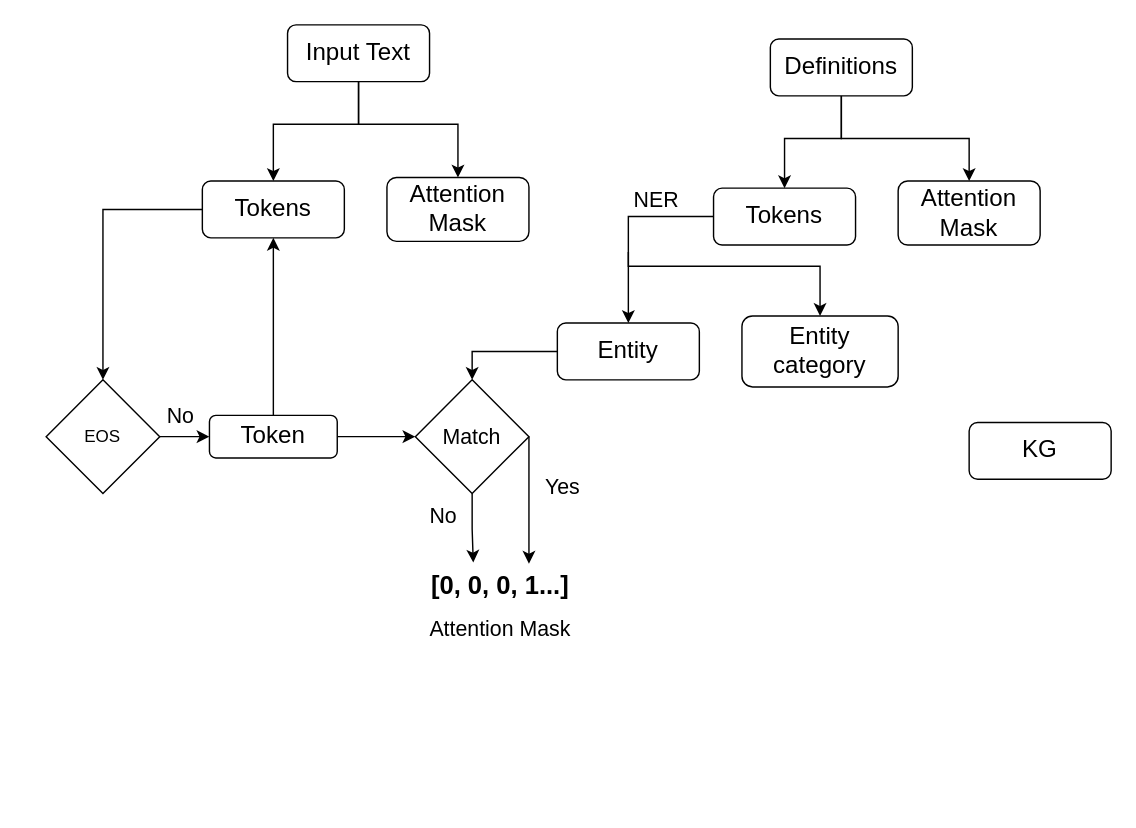
Above: Dataloader.drawio in yoviny/DrawIO (draw.io), before the change. Source tidied: cells renumbered, new cells numbered last; positions are measured from the earlier drawing's top-left corner, leaving out a move shared by most shapes. Both pictures are drawn from the tidied source at 142%, with x=0, y=0 at pixel (45, 24).
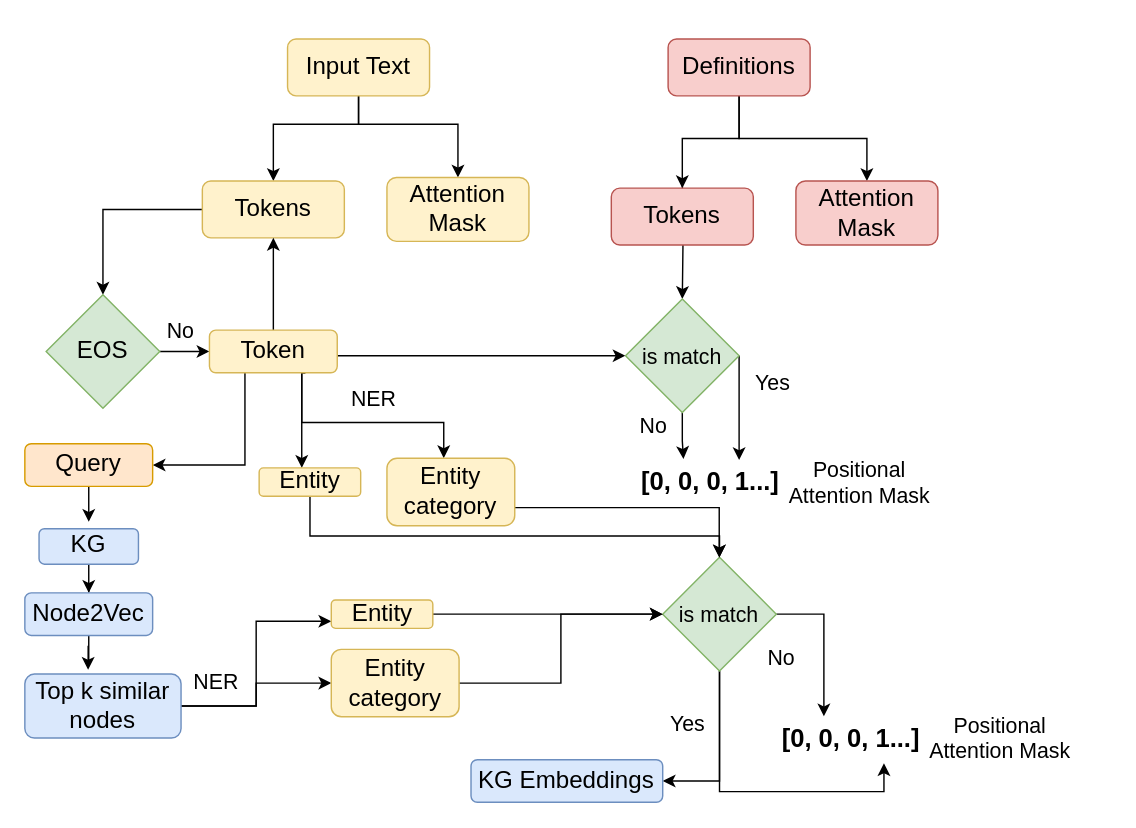
The same diagram, later.

Diff of the diagram source:
```diff
@@
-    <mxCell id="4" value="&lt;font style=&quot;font-size: 17px;&quot;&gt;Input Text&lt;/font&gt;" style="rounded=1;whiteSpace=wrap;html=1;" parent="1" vertex="1">
-      <mxGeometry x="170" width="100" height="40" as="geometry" />
+    <mxCell id="4" value="&lt;font style=&quot;font-size: 17px;&quot;&gt;Input Text&lt;/font&gt;" style="rounded=1;whiteSpace=wrap;html=1;fillColor=#fff2cc;strokeColor=#d6b656;" parent="1" vertex="1">
+      <mxGeometry x="170" y="10" width="100" height="40" as="geometry" />
     </mxCell>
+    <mxCell id="33" style="edgeStyle=orthogonalEdgeStyle;rounded=0;jettySize=auto;html=1;entryX=0.5;entryY=0;entryDx=0;entryDy=0;" parent="1" edge="1" source="5" target="41">
+      <mxGeometry relative="1" as="geometry" />
+    </mxCell>
-    <mxCell id="5" value="&lt;font style=&quot;font-size: 17px;&quot;&gt;KG&lt;/font&gt;" style="rounded=1;whiteSpace=wrap;html=1;" parent="1" vertex="1">
-      <mxGeometry x="650" y="280" width="100" height="40" as="geometry" />
+    <mxCell id="5" value="&lt;font style=&quot;font-size: 17px;&quot;&gt;KG&lt;/font&gt;" style="rounded=1;whiteSpace=wrap;html=1;fillColor=#dae8fc;strokeColor=#6c8ebf;" parent="1" vertex="1">
+      <mxGeometry x="-5" y="354.8" width="70" height="25" as="geometry" />
     </mxCell>
     <mxCell id="6" style="edgeStyle=orthogonalEdgeStyle;rounded=0;jettySize=auto;html=1;entryX=0.5;entryY=0;entryDx=0;entryDy=0;" parent="1" edge="1" source="8" target="14">
       <mxGeometry relative="1" as="geometry">
         <Array as="points">
-          <mxPoint x="560" y="80" />
-          <mxPoint x="520" y="80" />
+          <mxPoint x="488" y="80" />
+          <mxPoint x="448" y="80" />
         </Array>
       </mxGeometry>
     </mxCell>
@@
-    <mxCell id="8" value="&lt;font style=&quot;font-size: 17px;&quot;&gt;Definitions&lt;/font&gt;" style="rounded=1;whiteSpace=wrap;html=1;" parent="1" vertex="1">
-      <mxGeometry x="510" y="10" width="100" height="40" as="geometry" />
+    <mxCell id="8" value="&lt;font style=&quot;font-size: 17px;&quot;&gt;Definitions&lt;/font&gt;" style="rounded=1;whiteSpace=wrap;html=1;fillColor=#f8cecc;strokeColor=#b85450;" parent="1" vertex="1">
+      <mxGeometry x="438" y="10" width="100" height="40" as="geometry" />
     </mxCell>
@@
-    <mxCell id="10" value="&lt;font style=&quot;font-size: 17px;&quot;&gt;Tokens&lt;/font&gt;" style="rounded=1;whiteSpace=wrap;html=1;" parent="1" vertex="1">
+    <mxCell id="10" value="&lt;font style=&quot;font-size: 17px;&quot;&gt;Tokens&lt;/font&gt;" style="rounded=1;whiteSpace=wrap;html=1;fillColor=#fff2cc;strokeColor=#d6b656;" parent="1" vertex="1">
       <mxGeometry x="110" y="110" width="100" height="40" as="geometry" />
     </mxCell>
-    <mxCell id="11" value="&lt;font style=&quot;font-size: 17px;&quot;&gt;Attention Mask&lt;br&gt;&lt;/font&gt;" style="rounded=1;whiteSpace=wrap;html=1;" parent="1" vertex="1">
+    <mxCell id="11" value="&lt;font style=&quot;font-size: 17px;&quot;&gt;Attention Mask&lt;br&gt;&lt;/font&gt;" style="rounded=1;whiteSpace=wrap;html=1;fillColor=#fff2cc;strokeColor=#d6b656;" parent="1" vertex="1">
       <mxGeometry x="240" y="107.5" width="100" height="45" as="geometry" />
     </mxCell>
-    <mxCell id="12" style="edgeStyle=orthogonalEdgeStyle;rounded=0;jettySize=auto;html=1;fontSize=15;" parent="1" edge="1" source="14" target="24">
-      <mxGeometry relative="1" as="geometry" />
-    </mxCell>
-    <mxCell id="13" style="edgeStyle=orthogonalEdgeStyle;rounded=0;jettySize=auto;html=1;entryX=0.5;entryY=0;entryDx=0;entryDy=0;fontSize=15;" parent="1" edge="1" target="22">
-      <mxGeometry relative="1" as="geometry">
-        <mxPoint x="410" y="160" as="sourcePoint" />
-        <Array as="points">
-          <mxPoint x="410" y="170" />
-          <mxPoint x="545" y="170" />
-        </Array>
-      </mxGeometry>
-    </mxCell>
+    <mxCell id="34" style="edgeStyle=orthogonalEdgeStyle;rounded=0;jettySize=auto;html=1;entryX=0.5;entryY=0;entryDx=0;entryDy=0;fontSize=17;" parent="1" edge="1" target="27">
+      <mxGeometry relative="1" as="geometry">
+        <mxPoint x="448" y="110" as="sourcePoint" />
+      </mxGeometry>
+    </mxCell>
-    <mxCell id="14" value="&lt;font style=&quot;font-size: 17px;&quot;&gt;Tokens&lt;/font&gt;" style="rounded=1;whiteSpace=wrap;html=1;" parent="1" vertex="1">
-      <mxGeometry x="470" y="115" width="100" height="40" as="geometry" />
+    <mxCell id="14" value="&lt;font style=&quot;font-size: 17px;&quot;&gt;Tokens&lt;/font&gt;" style="rounded=1;whiteSpace=wrap;html=1;fillColor=#f8cecc;strokeColor=#b85450;" parent="1" vertex="1">
+      <mxGeometry x="398" y="115" width="100" height="40" as="geometry" />
     </mxCell>
-    <mxCell id="15" value="&lt;font style=&quot;font-size: 17px;&quot;&gt;Attention Mask&lt;br&gt;&lt;/font&gt;" style="rounded=1;whiteSpace=wrap;html=1;" parent="1" vertex="1">
-      <mxGeometry x="600" y="110" width="100" height="45" as="geometry" />
+    <mxCell id="15" value="&lt;font style=&quot;font-size: 17px;&quot;&gt;Attention Mask&lt;br&gt;&lt;/font&gt;" style="rounded=1;whiteSpace=wrap;html=1;fillColor=#f8cecc;strokeColor=#b85450;" parent="1" vertex="1">
+      <mxGeometry x="528" y="110" width="100" height="45" as="geometry" />
     </mxCell>
@@
-    <mxCell id="17" value="EOS" style="rhombus;whiteSpace=wrap;html=1;" parent="1" vertex="1">
-      <mxGeometry y="250" width="80" height="80" as="geometry" />
+    <mxCell id="17" value="&lt;font style=&quot;font-size: 17px;&quot;&gt;EOS&lt;/font&gt;" style="rhombus;whiteSpace=wrap;html=1;fillColor=#d5e8d4;strokeColor=#82b366;" parent="1" vertex="1">
+      <mxGeometry y="190" width="80" height="80" as="geometry" />
     </mxCell>
     <mxCell id="18" value="&lt;font style=&quot;font-size: 15px;&quot;&gt;No&lt;/font&gt;" style="text;html=1;strokeColor=none;fillColor=none;align=center;verticalAlign=middle;whiteSpace=wrap;rounded=0;" parent="1" vertex="1">
-      <mxGeometry x="75" y="260" width="40" height="30" as="geometry" />
+      <mxGeometry x="75" y="200" width="40" height="30" as="geometry" />
     </mxCell>
@@
-    <mxCell id="20" style="edgeStyle=orthogonalEdgeStyle;rounded=0;jettySize=auto;html=1;entryX=0;entryY=0.5;entryDx=0;entryDy=0;fontSize=15;" parent="1" edge="1" source="21" target="27">
-      <mxGeometry relative="1" as="geometry" />
+    <mxCell id="20" style="edgeStyle=orthogonalEdgeStyle;rounded=0;jettySize=auto;html=1;fontSize=15;entryX=0;entryY=0.5;entryDx=0;entryDy=0;" parent="1" edge="1" source="21" target="27">
+      <mxGeometry relative="1" as="geometry">
+        <Array as="points">
+          <mxPoint x="320" y="233" />
+          <mxPoint x="320" y="233" />
+        </Array>
+      </mxGeometry>
     </mxCell>
+    <mxCell id="35" style="edgeStyle=orthogonalEdgeStyle;rounded=0;jettySize=auto;html=1;entryX=1;entryY=0.5;entryDx=0;entryDy=0;" parent="1" edge="1" source="21" target="39">
+      <mxGeometry relative="1" as="geometry">
+        <Array as="points">
+          <mxPoint x="140" y="310" />
+        </Array>
+      </mxGeometry>
+    </mxCell>
+    <mxCell id="36" style="edgeStyle=orthogonalEdgeStyle;rounded=0;jettySize=auto;html=1;fontSize=17;exitX=0.75;exitY=1;exitDx=0;exitDy=0;" parent="1" edge="1" source="21" target="50">
+      <mxGeometry relative="1" as="geometry">
+        <Array as="points">
+          <mxPoint x="180" y="245" />
+          <mxPoint x="180" y="280" />
+          <mxPoint x="280" y="280" />
+        </Array>
+      </mxGeometry>
+    </mxCell>
+    <mxCell id="37" style="edgeStyle=orthogonalEdgeStyle;rounded=0;jettySize=auto;html=1;fontSize=17;exitX=0.75;exitY=1;exitDx=0;exitDy=0;" parent="1" edge="1" source="21" target="52">
+      <mxGeometry relative="1" as="geometry">
+        <Array as="points">
+          <mxPoint x="180" y="245" />
+        </Array>
+      </mxGeometry>
+    </mxCell>
-    <mxCell id="21" value="&lt;font style=&quot;font-size: 17px;&quot;&gt;Token&lt;/font&gt;" style="rounded=1;whiteSpace=wrap;html=1;" parent="1" vertex="1">
-      <mxGeometry x="115" y="275" width="90" height="30" as="geometry" />
+    <mxCell id="21" value="&lt;font style=&quot;font-size: 17px;&quot;&gt;Token&lt;/font&gt;" style="rounded=1;whiteSpace=wrap;html=1;fillColor=#fff2cc;strokeColor=#d6b656;" parent="1" vertex="1">
+      <mxGeometry x="115" y="215" width="90" height="30" as="geometry" />
     </mxCell>
-    <mxCell id="22" value="&lt;font style=&quot;font-size: 17px;&quot;&gt;Entity category&lt;/font&gt;" style="rounded=1;whiteSpace=wrap;html=1;" parent="1" vertex="1">
-      <mxGeometry x="490" y="205" width="110" height="50" as="geometry" />
-    </mxCell>
-    <mxCell id="23" style="edgeStyle=orthogonalEdgeStyle;rounded=0;jettySize=auto;html=1;entryX=0.5;entryY=0;entryDx=0;entryDy=0;fontSize=15;" parent="1" edge="1" source="24" target="27">
-      <mxGeometry relative="1" as="geometry" />
-    </mxCell>
-    <mxCell id="24" value="&lt;span style=&quot;font-size: 17px;&quot;&gt;Entity&lt;/span&gt;" style="rounded=1;whiteSpace=wrap;html=1;" parent="1" vertex="1">
-      <mxGeometry x="360" y="210" width="100" height="40" as="geometry" />
-    </mxCell>
     <mxCell id="25" style="edgeStyle=orthogonalEdgeStyle;rounded=0;jettySize=auto;html=1;entryX=0.7;entryY=-0.017;entryDx=0;entryDy=0;entryPerimeter=0;fontSize=18;" parent="1" edge="1" source="27" target="29">
       <mxGeometry relative="1" as="geometry">
         <Array as="points">
-          <mxPoint x="340" y="290" />
-          <mxPoint x="340" y="290" />
+          <mxPoint x="488" y="233" />
+          <mxPoint x="488" y="233" />
         </Array>
       </mxGeometry>
     </mxCell>
@@
-    <mxCell id="27" value="Match" style="rhombus;whiteSpace=wrap;html=1;fontSize=15;" parent="1" vertex="1">
-      <mxGeometry x="260" y="250" width="80" height="80" as="geometry" />
+    <mxCell id="27" value="is match" style="rhombus;whiteSpace=wrap;html=1;fontSize=15;fillColor=#d5e8d4;strokeColor=#82b366;" parent="1" vertex="1">
+      <mxGeometry x="408" y="193" width="80" height="80" as="geometry" />
     </mxCell>
     <mxCell id="28" value="Yes" style="text;html=1;strokeColor=none;fillColor=none;align=center;verticalAlign=middle;whiteSpace=wrap;rounded=0;fontSize=15;" parent="1" vertex="1">
-      <mxGeometry x="333.5" y="310" width="60" height="30" as="geometry" />
+      <mxGeometry x="481.5" y="237" width="60" height="30" as="geometry" />
     </mxCell>
     <mxCell id="29" value="&lt;b&gt;&lt;font style=&quot;font-size: 18px;&quot;&gt;[0, 0, 0, 1...]&lt;/font&gt;&lt;/b&gt;" style="text;html=1;strokeColor=none;fillColor=none;align=center;verticalAlign=middle;whiteSpace=wrap;rounded=0;fontSize=15;" parent="1" vertex="1">
-      <mxGeometry x="270" y="380" width="100" height="30" as="geometry" />
+      <mxGeometry x="418" y="307" width="100" height="30" as="geometry" />
     </mxCell>
     <mxCell id="30" value="No" style="text;html=1;strokeColor=none;fillColor=none;align=center;verticalAlign=middle;whiteSpace=wrap;rounded=0;fontSize=15;" parent="1" vertex="1">
-      <mxGeometry x="250" y="330" width="60" height="30" as="geometry" />
+      <mxGeometry x="398" y="267" width="60" height="30" as="geometry" />
     </mxCell>
-    <mxCell id="31" value="Attention Mask" style="text;html=1;strokeColor=none;fillColor=none;align=center;verticalAlign=middle;whiteSpace=wrap;rounded=0;fontSize=15;" parent="1" vertex="1">
-      <mxGeometry x="265" y="410" width="110" height="30" as="geometry" />
+    <mxCell id="31" value="Positional Attention Mask" style="text;html=1;strokeColor=none;fillColor=none;align=center;verticalAlign=middle;whiteSpace=wrap;rounded=0;fontSize=15;" parent="1" vertex="1">
+      <mxGeometry x="518" y="307" width="110" height="30" as="geometry" />
     </mxCell>
-    <mxCell id="32" value="NER" style="text;html=1;strokeColor=none;fillColor=none;align=center;verticalAlign=middle;whiteSpace=wrap;rounded=0;fontSize=15;" parent="1" vertex="1">
-      <mxGeometry x="400" y="107.5" width="60" height="30" as="geometry" />
-    </mxCell>
+    <mxCell id="38" style="edgeStyle=orthogonalEdgeStyle;rounded=0;jettySize=auto;html=1;" parent="1" edge="1" source="39">
+      <mxGeometry relative="1" as="geometry">
+        <mxPoint x="30" y="350" as="targetPoint" />
+      </mxGeometry>
+    </mxCell>
+    <mxCell id="39" value="&lt;font style=&quot;font-size: 17px;&quot;&gt;Query&lt;/font&gt;" style="rounded=1;whiteSpace=wrap;html=1;fillColor=#ffe6cc;strokeColor=#d79b00;" parent="1" vertex="1">
+      <mxGeometry x="-15" y="295" width="90" height="30" as="geometry" />
+    </mxCell>
+    <mxCell id="40" style="edgeStyle=orthogonalEdgeStyle;rounded=0;jettySize=auto;html=1;entryX=0.405;entryY=-0.067;entryDx=0;entryDy=0;entryPerimeter=0;fontSize=17;" parent="1" edge="1" source="41" target="44">
+      <mxGeometry relative="1" as="geometry" />
+    </mxCell>
+    <mxCell id="41" value="&lt;font style=&quot;font-size: 17px;&quot;&gt;Node2Vec&lt;/font&gt;" style="rounded=1;whiteSpace=wrap;html=1;fillColor=#dae8fc;strokeColor=#6c8ebf;" parent="1" vertex="1">
+      <mxGeometry x="-15" y="400" width="90" height="30" as="geometry" />
+    </mxCell>
+    <mxCell id="42" style="edgeStyle=orthogonalEdgeStyle;rounded=0;jettySize=auto;html=1;entryX=0;entryY=0.75;entryDx=0;entryDy=0;fontSize=17;" parent="1" edge="1" source="44" target="59">
+      <mxGeometry relative="1" as="geometry" />
+    </mxCell>
+    <mxCell id="43" style="edgeStyle=orthogonalEdgeStyle;rounded=0;jettySize=auto;html=1;entryX=0;entryY=0.5;entryDx=0;entryDy=0;fontSize=17;" parent="1" edge="1" source="44" target="61">
+      <mxGeometry relative="1" as="geometry" />
+    </mxCell>
+    <mxCell id="44" value="&lt;span style=&quot;font-size: 17px;&quot;&gt;Top k similar nodes&lt;/span&gt;" style="rounded=1;whiteSpace=wrap;html=1;fillColor=#dae8fc;strokeColor=#6c8ebf;" parent="1" vertex="1">
+      <mxGeometry x="-15" y="457.2" width="110" height="45" as="geometry" />
+    </mxCell>
+    <mxCell id="45" style="edgeStyle=orthogonalEdgeStyle;rounded=0;jettySize=auto;html=1;entryX=0.312;entryY=-0.017;entryDx=0;entryDy=0;entryPerimeter=0;fontSize=17;" parent="1" edge="1" source="48" target="54">
+      <mxGeometry relative="1" as="geometry">
+        <Array as="points">
+          <mxPoint x="548" y="415" />
+        </Array>
+      </mxGeometry>
+    </mxCell>
+    <mxCell id="46" style="edgeStyle=orthogonalEdgeStyle;rounded=0;jettySize=auto;html=1;fontSize=17;" parent="1" edge="1" source="48">
+      <mxGeometry relative="1" as="geometry">
+        <mxPoint x="590" y="520" as="targetPoint" />
+        <Array as="points">
+          <mxPoint x="474" y="540" />
+          <mxPoint x="590" y="540" />
+        </Array>
+      </mxGeometry>
+    </mxCell>
+    <mxCell id="47" style="edgeStyle=orthogonalEdgeStyle;rounded=0;jettySize=auto;html=1;entryX=1;entryY=0.5;entryDx=0;entryDy=0;fontSize=17;" parent="1" edge="1" source="48" target="57">
+      <mxGeometry relative="1" as="geometry" />
+    </mxCell>
+    <mxCell id="48" value="is match" style="rhombus;whiteSpace=wrap;html=1;fontSize=15;fillColor=#d5e8d4;strokeColor=#82b366;" parent="1" vertex="1">
+      <mxGeometry x="434.2" y="375" width="80" height="80" as="geometry" />
+    </mxCell>
+    <mxCell id="49" style="edgeStyle=orthogonalEdgeStyle;rounded=0;jettySize=auto;html=1;fontSize=17;" parent="1" edge="1" source="50" target="48">
+      <mxGeometry relative="1" as="geometry">
+        <Array as="points">
+          <mxPoint x="474" y="340" />
+        </Array>
+      </mxGeometry>
+    </mxCell>
+    <mxCell id="50" value="&lt;font style=&quot;font-size: 17px;&quot;&gt;Entity category&lt;/font&gt;" style="rounded=1;whiteSpace=wrap;html=1;fillColor=#fff2cc;strokeColor=#d6b656;" parent="1" vertex="1">
+      <mxGeometry x="240" y="305.2" width="90" height="47.5" as="geometry" />
+    </mxCell>
+    <mxCell id="51" style="edgeStyle=orthogonalEdgeStyle;rounded=0;jettySize=auto;html=1;entryX=0.5;entryY=0;entryDx=0;entryDy=0;fontSize=17;" parent="1" edge="1" source="52" target="48">
+      <mxGeometry relative="1" as="geometry">
+        <Array as="points">
+          <mxPoint x="186" y="360" />
+          <mxPoint x="474" y="360" />
+        </Array>
+      </mxGeometry>
+    </mxCell>
+    <mxCell id="52" value="&lt;span style=&quot;font-size: 17px;&quot;&gt;Entity&lt;/span&gt;" style="rounded=1;whiteSpace=wrap;html=1;fillColor=#fff2cc;strokeColor=#d6b656;" parent="1" vertex="1">
+      <mxGeometry x="150" y="312" width="71.5" height="20" as="geometry" />
+    </mxCell>
+    <mxCell id="53" value="NER" style="text;html=1;strokeColor=none;fillColor=none;align=center;verticalAlign=middle;whiteSpace=wrap;rounded=0;fontSize=15;" parent="1" vertex="1">
+      <mxGeometry x="200.8" y="247.8" width="60" height="30" as="geometry" />
+    </mxCell>
+    <mxCell id="54" value="&lt;b&gt;&lt;font style=&quot;font-size: 18px;&quot;&gt;[0, 0, 0, 1...]&lt;/font&gt;&lt;/b&gt;" style="text;html=1;strokeColor=none;fillColor=none;align=center;verticalAlign=middle;whiteSpace=wrap;rounded=0;fontSize=15;" parent="1" vertex="1">
+      <mxGeometry x="516.5" y="487.5" width="100" height="30" as="geometry" />
+    </mxCell>
+    <mxCell id="55" value="Yes" style="text;html=1;strokeColor=none;fillColor=none;align=center;verticalAlign=middle;whiteSpace=wrap;rounded=0;fontSize=15;" parent="1" vertex="1">
+      <mxGeometry x="421.5" y="477.2" width="60" height="30" as="geometry" />
+    </mxCell>
+    <mxCell id="56" value="No" style="text;html=1;strokeColor=none;fillColor=none;align=center;verticalAlign=middle;whiteSpace=wrap;rounded=0;fontSize=15;" parent="1" vertex="1">
+      <mxGeometry x="488" y="430" width="60" height="30" as="geometry" />
+    </mxCell>
+    <mxCell id="57" value="&lt;font style=&quot;font-size: 17px;&quot;&gt;KG Embeddings&lt;/font&gt;" style="rounded=1;whiteSpace=wrap;html=1;fillColor=#dae8fc;strokeColor=#6c8ebf;" parent="1" vertex="1">
+      <mxGeometry x="299.2" y="517.5" width="135" height="30" as="geometry" />
+    </mxCell>
+    <mxCell id="58" style="edgeStyle=orthogonalEdgeStyle;rounded=0;jettySize=auto;html=1;entryX=0;entryY=0.5;entryDx=0;entryDy=0;fontSize=17;" parent="1" edge="1" source="59" target="48">
+      <mxGeometry relative="1" as="geometry" />
+    </mxCell>
+    <mxCell id="59" value="&lt;span style=&quot;font-size: 17px;&quot;&gt;Entity&lt;/span&gt;" style="rounded=1;whiteSpace=wrap;html=1;fillColor=#fff2cc;strokeColor=#d6b656;" parent="1" vertex="1">
+      <mxGeometry x="200.8" y="405" width="71.5" height="20" as="geometry" />
+    </mxCell>
+    <mxCell id="60" style="edgeStyle=orthogonalEdgeStyle;rounded=0;jettySize=auto;html=1;fontSize=17;entryX=0;entryY=0.5;entryDx=0;entryDy=0;" parent="1" edge="1" source="61" target="48">
+      <mxGeometry relative="1" as="geometry" />
+    </mxCell>
+    <mxCell id="61" value="&lt;font style=&quot;font-size: 17px;&quot;&gt;Entity category&lt;/font&gt;" style="rounded=1;whiteSpace=wrap;html=1;fillColor=#fff2cc;strokeColor=#d6b656;" parent="1" vertex="1">
+      <mxGeometry x="200.8" y="439.8" width="90" height="47.5" as="geometry" />
+    </mxCell>
+    <mxCell id="62" value="NER" style="text;html=1;strokeColor=none;fillColor=none;align=center;verticalAlign=middle;whiteSpace=wrap;rounded=0;fontSize=15;" parent="1" vertex="1">
+      <mxGeometry x="90" y="447.2" width="60" height="30" as="geometry" />
+    </mxCell>
+    <mxCell id="63" value="Positional Attention Mask" style="text;html=1;strokeColor=none;fillColor=none;align=center;verticalAlign=middle;whiteSpace=wrap;rounded=0;fontSize=15;" parent="1" vertex="1">
+      <mxGeometry x="616.5" y="487.2" width="110" height="30" as="geometry" />
+    </mxCell>
```
